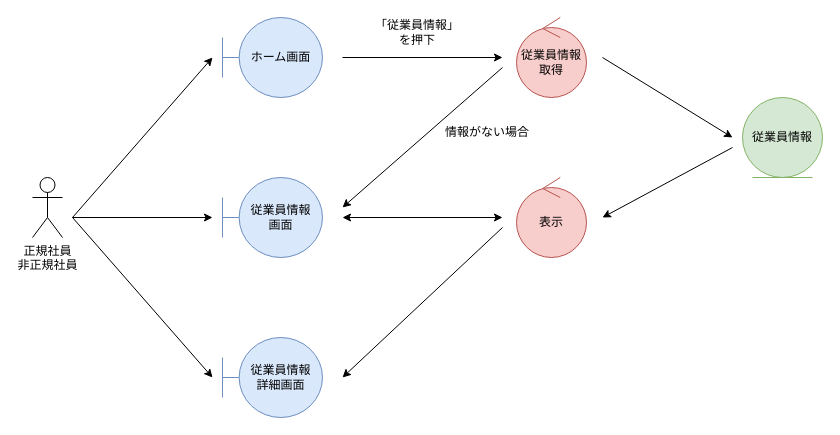
Earlier version of the draw.io diagram page "従業員情報参照" (4 of 6) of 各種設計書/3ロバストネス図/人事管理/従業員情報管理.drawio (HaruShim/Sotuken). Source tidied: cells renumbered, new cells numbered last; positions are measured from the earlier drawing's top-left corner, leaving out a move shared by most shapes. Both pictures are drawn from the tidied source at 100%, with x=0, y=0 at pixel (32, 17).
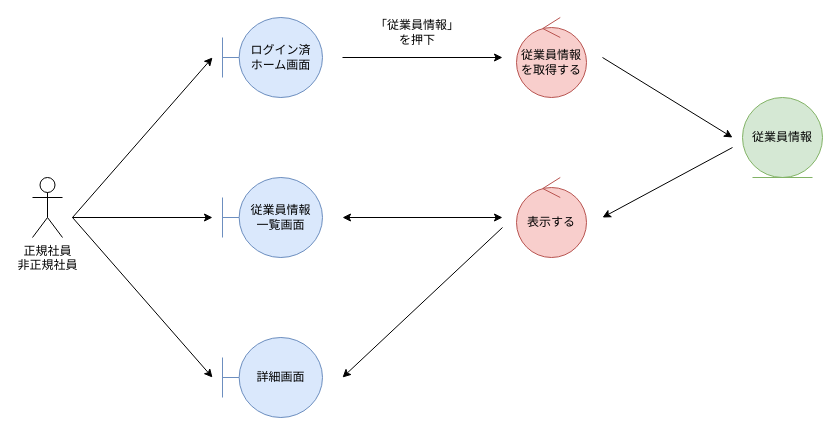
Above is the later version.

Change to the diagram source:
```diff
@@
-    <mxCell id="2" value="ホーム画面" style="shape=umlBoundary;whiteSpace=wrap;html=1;fillColor=#dae8fc;strokeColor=#6c8ebf;" parent="1" vertex="1">
+    <mxCell id="2" value="ログイン済&lt;br&gt;ホーム画面" style="shape=umlBoundary;whiteSpace=wrap;html=1;fillColor=#dae8fc;strokeColor=#6c8ebf;" parent="1" vertex="1">
       <mxGeometry x="190" width="100" height="80" as="geometry" />
     </mxCell>
-    <mxCell id="3" value="従業員情報&lt;br&gt;画面" style="shape=umlBoundary;whiteSpace=wrap;html=1;fillColor=#dae8fc;strokeColor=#6c8ebf;" parent="1" vertex="1">
+    <mxCell id="3" value="従業員情報&lt;br&gt;一覧画面" style="shape=umlBoundary;whiteSpace=wrap;html=1;fillColor=#dae8fc;strokeColor=#6c8ebf;" parent="1" vertex="1">
       <mxGeometry x="190" y="160" width="100" height="80" as="geometry" />
     </mxCell>
-    <mxCell id="4" value="従業員情報&lt;br&gt;詳細画面" style="shape=umlBoundary;whiteSpace=wrap;html=1;fillColor=#dae8fc;strokeColor=#6c8ebf;" parent="1" vertex="1">
+    <mxCell id="4" value="詳細画面" style="shape=umlBoundary;whiteSpace=wrap;html=1;fillColor=#dae8fc;strokeColor=#6c8ebf;" parent="1" vertex="1">
       <mxGeometry x="190" y="320" width="100" height="80" as="geometry" />
     </mxCell>
@@
-    <mxCell id="10" value="従業員情報&lt;br&gt;取得" style="ellipse;shape=umlControl;whiteSpace=wrap;html=1;fillColor=#f8cecc;strokeColor=#b85450;" parent="1" vertex="1">
+    <mxCell id="10" value="従業員情報&lt;br&gt;を取得する" style="ellipse;shape=umlControl;whiteSpace=wrap;html=1;fillColor=#f8cecc;strokeColor=#b85450;" parent="1" vertex="1">
       <mxGeometry x="484" width="70" height="80" as="geometry" />
     </mxCell>
-    <mxCell id="11" value="表示" style="ellipse;shape=umlControl;whiteSpace=wrap;html=1;fillColor=#f8cecc;strokeColor=#b85450;" parent="1" vertex="1">
+    <mxCell id="11" value="表示する" style="ellipse;shape=umlControl;whiteSpace=wrap;html=1;fillColor=#f8cecc;strokeColor=#b85450;" parent="1" vertex="1">
       <mxGeometry x="484" y="160" width="70" height="80" as="geometry" />
     </mxCell>
@@
-    <mxCell id="18" style="endArrow=classic;html=1;rounded=0;" parent="1" edge="1">
-      <mxGeometry relative="1" as="geometry">
-        <mxPoint x="470" y="50" as="sourcePoint" />
-        <mxPoint x="310" y="190" as="targetPoint" />
-      </mxGeometry>
-    </mxCell>
-    <mxCell id="19" value="情報がない場合" style="text;html=1;strokeColor=none;fillColor=none;align=center;verticalAlign=middle;whiteSpace=wrap;rounded=0;" parent="1" vertex="1">
-      <mxGeometry x="410" y="100" width="90" height="30" as="geometry" />
-    </mxCell>
```
